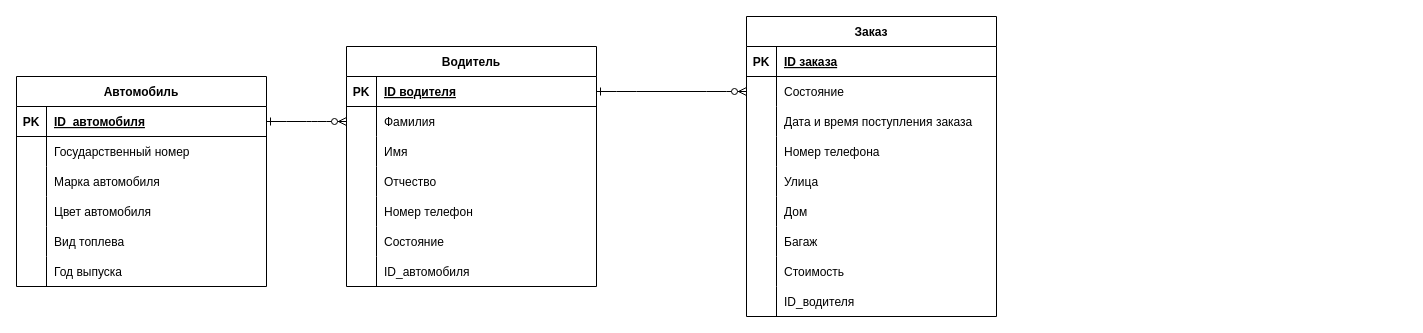
The draw.io diagram files_drawing/ER диаграмма.drawio in igKaneProgrammer/Drawing, before the edit. Source tidied: cells renumbered, new cells numbered last; positions are measured from the earlier drawing's top-left corner, leaving out a move shared by most shapes. Both pictures are drawn from the tidied source at 100%, with x=0, y=0 at pixel (16, 16).
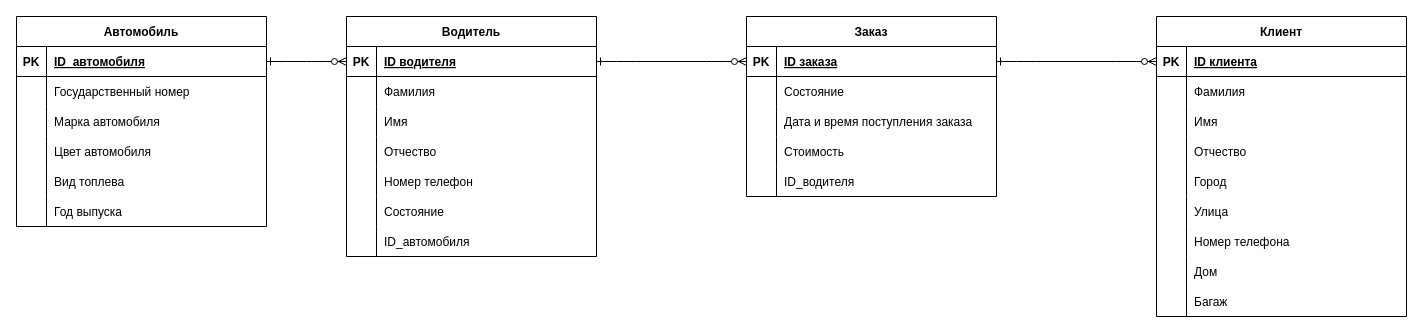
The same page after the edit.

The change refers to these unchanged cells:
```xml
<mxCell id="3" style="shape=partialRectangle;fillColor=none;points=[[0,0.5],[1,0.5]];portConstraint=eastwest;top=0;left=0;right=0;bottom=1;" parent="2" vertex="1">
  <mxGeometry y="30" width="250" height="30" as="geometry" />
</mxCell>
<mxCell id="24" style="shape=partialRectangle;fillColor=none;points=[[0,0.5],[1,0.5]];portConstraint=eastwest;top=0;left=0;right=0;bottom=1;" parent="23" vertex="1">
  <mxGeometry y="30" width="250" height="30" as="geometry" />
</mxCell>
<mxCell id="27" style="shape=partialRectangle;fillColor=none;points=[[0,0.5],[1,0.5]];portConstraint=eastwest;top=0;left=0;right=0;bottom=0;" parent="23" vertex="1">
  <mxGeometry y="60" width="250" height="30" as="geometry" />
</mxCell>
<mxCell id="46" style="shape=partialRectangle;fillColor=none;points=[[0,0.5],[1,0.5]];portConstraint=eastwest;top=0;left=0;right=0;bottom=1;" parent="45" vertex="1">
  <mxGeometry y="30" width="250" height="30" as="geometry" />
</mxCell>
<mxCell id="49" style="shape=partialRectangle;fillColor=none;points=[[0,0.5],[1,0.5]];portConstraint=eastwest;top=0;left=0;right=0;bottom=0;" parent="45" vertex="1">
  <mxGeometry y="60" width="250" height="30" as="geometry" />
</mxCell>
<mxCell id="55" style="shape=partialRectangle;fillColor=none;top=0;left=0;right=0;bottom=0;" parent="45" vertex="1">
  <mxGeometry y="120" width="250" height="30" as="geometry" />
</mxCell>
```

Diff of the diagram source:
```diff
@@
     <mxCell id="2" value="Автомобиль" style="shape=table;startSize=30;childLayout=tableLayout;rowLines=0;fontStyle=1;align=center;" parent="1" vertex="1">
-      <mxGeometry y="60" width="250" height="210" as="geometry" />
+      <mxGeometry width="250" height="210" as="geometry" />
     </mxCell>
@@
-    <mxCell id="21" style="edgeStyle=entityRelationEdgeStyle;endArrow=ERzeroToMany;startArrow=ERone;endFill=1;startFill=0;" parent="1" edge="1" source="3" target="27">
+    <mxCell id="21" style="edgeStyle=entityRelationEdgeStyle;endArrow=ERzeroToMany;startArrow=ERone;endFill=1;startFill=0;entryX=0;entryY=0.5;entryDx=0;entryDy=0;" parent="1" edge="1" source="3" target="24">
       <mxGeometry relative="1" as="geometry" />
     </mxCell>
-    <mxCell id="22" style="edgeStyle=entityRelationEdgeStyle;endArrow=ERzeroToMany;startArrow=ERone;endFill=1;startFill=0;" parent="1" edge="1" source="24" target="49">
+    <mxCell id="22" style="edgeStyle=entityRelationEdgeStyle;endArrow=ERzeroToMany;startArrow=ERone;endFill=1;startFill=0;entryX=0;entryY=0.5;entryDx=0;entryDy=0;" parent="1" edge="1" source="24" target="46">
       <mxGeometry relative="1" as="geometry" />
     </mxCell>
     <mxCell id="23" value="Водитель" style="shape=table;startSize=30;childLayout=tableLayout;rowLines=0;fontStyle=1;align=center;" parent="1" vertex="1">
-      <mxGeometry x="330" y="30" width="250" height="240" as="geometry" />
+      <mxGeometry x="330" width="250" height="240" as="geometry" />
     </mxCell>
@@
     <mxCell id="45" value="Заказ" style="shape=table;startSize=30;childLayout=tableLayout;rowLines=0;fontStyle=1;align=center;" parent="1" vertex="1">
-      <mxGeometry x="730" width="250" height="300" as="geometry" />
+      <mxGeometry x="730" width="250" height="180" as="geometry" />
     </mxCell>
@@
-    <mxCell id="57" value="Номер телефона" style="shape=partialRectangle;overflow=hidden;fillColor=none;top=0;left=0;bottom=0;right=0;align=left;spacingLeft=6;" parent="55" vertex="1">
+    <mxCell id="57" value="Стоимость" style="shape=partialRectangle;overflow=hidden;fillColor=none;top=0;left=0;bottom=0;right=0;align=left;spacingLeft=6;" parent="55" vertex="1">
       <mxGeometry x="30" width="220" height="30" as="geometry" />
     </mxCell>
-    <mxCell id="58" style="shape=partialRectangle;fillColor=none;top=0;left=0;right=0;bottom=0;" parent="45" vertex="1">
-      <mxGeometry y="150" width="250" height="30" as="geometry" />
-    </mxCell>
-    <mxCell id="59" style="shape=partialRectangle;overflow=hidden;fillColor=none;top=0;left=0;bottom=0;right=0;" parent="58" vertex="1">
-      <mxGeometry width="30" height="30" as="geometry" />
-    </mxCell>
-    <mxCell id="60" value="Улица" style="shape=partialRectangle;overflow=hidden;fillColor=none;top=0;left=0;bottom=0;right=0;align=left;spacingLeft=6;" parent="58" vertex="1">
-      <mxGeometry x="30" width="220" height="30" as="geometry" />
-    </mxCell>
-    <mxCell id="61" style="shape=partialRectangle;fillColor=none;top=0;left=0;right=0;bottom=0;" parent="45" vertex="1">
-      <mxGeometry y="180" width="250" height="30" as="geometry" />
-    </mxCell>
-    <mxCell id="62" style="shape=partialRectangle;overflow=hidden;fillColor=none;top=0;left=0;bottom=0;right=0;" parent="61" vertex="1">
-      <mxGeometry width="30" height="30" as="geometry" />
-    </mxCell>
-    <mxCell id="63" value="Дом" style="shape=partialRectangle;overflow=hidden;fillColor=none;top=0;left=0;bottom=0;right=0;align=left;spacingLeft=6;" parent="61" vertex="1">
-      <mxGeometry x="30" width="220" height="30" as="geometry" />
-    </mxCell>
-    <mxCell id="64" style="shape=partialRectangle;fillColor=none;top=0;left=0;right=0;bottom=0;" parent="45" vertex="1">
-      <mxGeometry y="210" width="250" height="30" as="geometry" />
-    </mxCell>
-    <mxCell id="65" style="shape=partialRectangle;overflow=hidden;fillColor=none;top=0;left=0;bottom=0;right=0;" parent="64" vertex="1">
-      <mxGeometry width="30" height="30" as="geometry" />
-    </mxCell>
-    <mxCell id="66" value="Багаж" style="shape=partialRectangle;overflow=hidden;fillColor=none;top=0;left=0;bottom=0;right=0;align=left;spacingLeft=6;" parent="64" vertex="1">
-      <mxGeometry x="30" width="220" height="30" as="geometry" />
-    </mxCell>
     <mxCell id="67" style="shape=partialRectangle;fillColor=none;top=0;left=0;right=0;bottom=0;" parent="45" vertex="1">
-      <mxGeometry y="240" width="250" height="30" as="geometry" />
+      <mxGeometry y="150" width="250" height="30" as="geometry" />
     </mxCell>
@@
-    <mxCell id="69" value="Стоимость" style="shape=partialRectangle;overflow=hidden;fillColor=none;top=0;left=0;bottom=0;right=0;align=left;spacingLeft=6;" parent="67" vertex="1">
+    <mxCell id="69" value="ID_водителя" style="shape=partialRectangle;overflow=hidden;fillColor=none;top=0;left=0;bottom=0;right=0;align=left;spacingLeft=6;" parent="67" vertex="1">
       <mxGeometry x="30" width="220" height="30" as="geometry" />
     </mxCell>
+    <mxCell id="73" value="Клиент" style="shape=table;startSize=30;childLayout=tableLayout;rowLines=0;fontStyle=1;align=center;" parent="1" vertex="1">
+      <mxGeometry x="1140" width="250" height="300" as="geometry" />
+    </mxCell>
+    <mxCell id="74" style="shape=partialRectangle;fillColor=none;points=[[0,0.5],[1,0.5]];portConstraint=eastwest;top=0;left=0;right=0;bottom=1;" parent="73" vertex="1">
+      <mxGeometry y="30" width="250" height="30" as="geometry" />
+    </mxCell>
+    <mxCell id="75" value="PK" style="shape=partialRectangle;overflow=hidden;fillColor=none;top=0;left=0;bottom=0;right=0;fontStyle=1;" parent="74" vertex="1">
+      <mxGeometry width="30" height="30" as="geometry" />
+    </mxCell>
+    <mxCell id="76" value="ID клиента" style="shape=partialRectangle;overflow=hidden;fillColor=none;top=0;left=0;bottom=0;right=0;align=left;spacingLeft=6;fontStyle=5;" parent="74" vertex="1">
+      <mxGeometry x="30" width="220" height="30" as="geometry" />
+    </mxCell>
+    <mxCell id="77" style="shape=partialRectangle;fillColor=none;top=0;left=0;right=0;bottom=0;" parent="73" vertex="1">
+      <mxGeometry y="60" width="250" height="30" as="geometry" />
+    </mxCell>
+    <mxCell id="78" style="shape=partialRectangle;overflow=hidden;fillColor=none;top=0;left=0;bottom=0;right=0;" parent="77" vertex="1">
+      <mxGeometry width="30" height="30" as="geometry" />
+    </mxCell>
+    <mxCell id="79" value="Фамилия" style="shape=partialRectangle;overflow=hidden;fillColor=none;top=0;left=0;bottom=0;right=0;align=left;spacingLeft=6;" parent="77" vertex="1">
+      <mxGeometry x="30" width="220" height="30" as="geometry" />
+    </mxCell>
+    <mxCell id="80" style="shape=partialRectangle;fillColor=none;top=0;left=0;right=0;bottom=0;" parent="73" vertex="1">
+      <mxGeometry y="90" width="250" height="30" as="geometry" />
+    </mxCell>
+    <mxCell id="81" style="shape=partialRectangle;overflow=hidden;fillColor=none;top=0;left=0;bottom=0;right=0;" parent="80" vertex="1">
+      <mxGeometry width="30" height="30" as="geometry" />
+    </mxCell>
+    <mxCell id="82" value="Имя" style="shape=partialRectangle;overflow=hidden;fillColor=none;top=0;left=0;bottom=0;right=0;align=left;spacingLeft=6;" parent="80" vertex="1">
+      <mxGeometry x="30" width="220" height="30" as="geometry" />
+    </mxCell>
+    <mxCell id="83" style="shape=partialRectangle;fillColor=none;top=0;left=0;right=0;bottom=0;" parent="73" vertex="1">
+      <mxGeometry y="120" width="250" height="30" as="geometry" />
+    </mxCell>
+    <mxCell id="84" style="shape=partialRectangle;overflow=hidden;fillColor=none;top=0;left=0;bottom=0;right=0;" parent="83" vertex="1">
+      <mxGeometry width="30" height="30" as="geometry" />
+    </mxCell>
+    <mxCell id="85" value="Отчество" style="shape=partialRectangle;overflow=hidden;fillColor=none;top=0;left=0;bottom=0;right=0;align=left;spacingLeft=6;" parent="83" vertex="1">
+      <mxGeometry x="30" width="220" height="30" as="geometry" />
+    </mxCell>
+    <mxCell id="58" style="shape=partialRectangle;fillColor=none;top=0;left=0;right=0;bottom=0;" parent="73" vertex="1">
+      <mxGeometry y="150" width="250" height="30" as="geometry" />
+    </mxCell>
+    <mxCell id="86" style="shape=partialRectangle;overflow=hidden;fillColor=none;top=0;left=0;bottom=0;right=0;" parent="58" vertex="1">
+      <mxGeometry width="30" height="30" as="geometry" />
+    </mxCell>
+    <mxCell id="87" value="Город" style="shape=partialRectangle;overflow=hidden;fillColor=none;top=0;left=0;bottom=0;right=0;align=left;spacingLeft=6;" parent="58" vertex="1">
+      <mxGeometry x="30" width="220" height="30" as="geometry" />
+    </mxCell>
+    <mxCell id="61" style="shape=partialRectangle;fillColor=none;top=0;left=0;right=0;bottom=0;" parent="73" vertex="1">
+      <mxGeometry y="180" width="250" height="30" as="geometry" />
+    </mxCell>
+    <mxCell id="88" style="shape=partialRectangle;overflow=hidden;fillColor=none;top=0;left=0;bottom=0;right=0;" parent="61" vertex="1">
+      <mxGeometry width="30" height="30" as="geometry" />
+    </mxCell>
+    <mxCell id="60" value="Улица" style="shape=partialRectangle;overflow=hidden;fillColor=none;top=0;left=0;bottom=0;right=0;align=left;spacingLeft=6;" parent="61" vertex="1">
+      <mxGeometry x="30" width="220" height="30" as="geometry" />
+    </mxCell>
+    <mxCell id="64" style="shape=partialRectangle;fillColor=none;top=0;left=0;right=0;bottom=0;" parent="73" vertex="1">
+      <mxGeometry y="210" width="250" height="30" as="geometry" />
+    </mxCell>
+    <mxCell id="89" style="shape=partialRectangle;overflow=hidden;fillColor=none;top=0;left=0;bottom=0;right=0;" parent="64" vertex="1">
+      <mxGeometry width="30" height="30" as="geometry" />
+    </mxCell>
+    <mxCell id="90" value="Номер телефона" style="shape=partialRectangle;overflow=hidden;fillColor=none;top=0;left=0;bottom=0;right=0;align=left;spacingLeft=6;" parent="64" vertex="1">
+      <mxGeometry x="30" width="220" height="30" as="geometry" />
+    </mxCell>
+    <mxCell id="91" style="shape=partialRectangle;fillColor=none;top=0;left=0;right=0;bottom=0;" parent="73" vertex="1">
+      <mxGeometry y="240" width="250" height="30" as="geometry" />
+    </mxCell>
+    <mxCell id="92" style="shape=partialRectangle;overflow=hidden;fillColor=none;top=0;left=0;bottom=0;right=0;" parent="91" vertex="1">
+      <mxGeometry width="30" height="30" as="geometry" />
+    </mxCell>
+    <mxCell id="63" value="Дом" style="shape=partialRectangle;overflow=hidden;fillColor=none;top=0;left=0;bottom=0;right=0;align=left;spacingLeft=6;" parent="91" vertex="1">
+      <mxGeometry x="30" width="220" height="30" as="geometry" />
+    </mxCell>
-    <mxCell id="70" style="shape=partialRectangle;fillColor=none;top=0;left=0;right=0;bottom=0;" parent="45" vertex="1">
+    <mxCell id="70" style="shape=partialRectangle;fillColor=none;top=0;left=0;right=0;bottom=0;" parent="73" vertex="1">
       <mxGeometry y="270" width="250" height="30" as="geometry" />
     </mxCell>
-    <mxCell id="71" style="shape=partialRectangle;overflow=hidden;fillColor=none;top=0;left=0;bottom=0;right=0;" parent="70" vertex="1">
-      <mxGeometry width="30" height="30" as="geometry" />
-    </mxCell>
-    <mxCell id="72" value="ID_водителя" style="shape=partialRectangle;overflow=hidden;fillColor=none;top=0;left=0;bottom=0;right=0;align=left;spacingLeft=6;" parent="70" vertex="1">
-      <mxGeometry x="30" width="220" height="30" as="geometry" />
-    </mxCell>
+    <mxCell id="93" style="shape=partialRectangle;overflow=hidden;fillColor=none;top=0;left=0;bottom=0;right=0;" parent="70" vertex="1">
+      <mxGeometry width="30" height="30" as="geometry" />
+    </mxCell>
+    <mxCell id="66" value="Багаж" style="shape=partialRectangle;overflow=hidden;fillColor=none;top=0;left=0;bottom=0;right=0;align=left;spacingLeft=6;" parent="70" vertex="1">
+      <mxGeometry x="30" width="220" height="30" as="geometry" />
+    </mxCell>
+    <mxCell id="94" style="edgeStyle=entityRelationEdgeStyle;endArrow=ERzeroToMany;startArrow=ERone;endFill=1;startFill=0;fontStyle=1;exitX=1;exitY=0.5;exitDx=0;exitDy=0;entryX=0;entryY=0.5;entryDx=0;entryDy=0;" parent="1" edge="1" source="46" target="74">
+      <mxGeometry relative="1" as="geometry" />
+    </mxCell>
```
